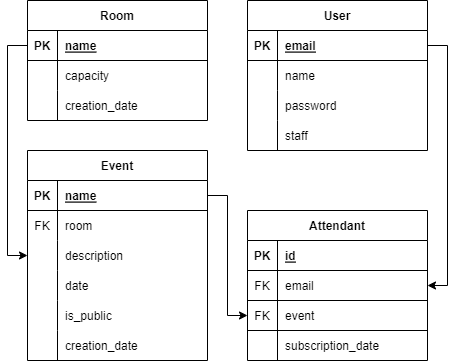
Earlier version of the draw.io export docs/db_model.png (JorgeISW/rooms_challenge). Source tidied: cells renumbered, new cells last; positions are measured from the earlier drawing's top-left corner, leaving out a move shared by most shapes.
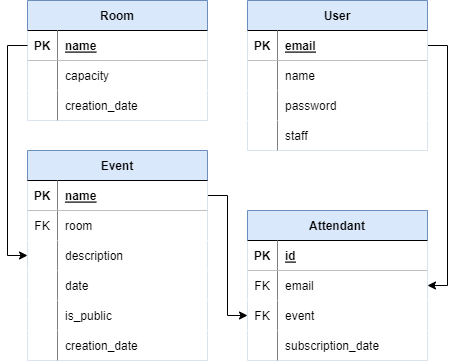
The same diagram one commit later.

Change to the diagram source:
```diff
@@ -5,175 +5,175 @@
     <mxCell id="2" style="edgeStyle=orthogonalEdgeStyle;rounded=0;jettySize=auto;html=1;exitX=1;exitY=0.5;exitDx=0;exitDy=0;entryX=1;entryY=0.5;entryDx=0;entryDy=0;" parent="1" edge="1" source="4" target="51">
       <mxGeometry relative="1" as="geometry" />
     </mxCell>
-    <mxCell id="3" value="User" style="shape=table;startSize=30;rowLines=0;fontStyle=1;align=center;" parent="1" vertex="1">
+    <mxCell id="3" value="User" style="shape=table;startSize=30;rowLines=0;fontStyle=1;align=center;fillColor=#dae8fc;strokeColor=#6c8ebf;" parent="1" vertex="1">
       <mxGeometry x="220" width="180" height="150" as="geometry" />
     </mxCell>
-    <mxCell id="4" style="shape=tableRow;horizontal=0;startSize=0;swimlaneHead=0;swimlaneBody=0;fillColor=none;points=[[0,0.5],[1,0.5]];portConstraint=eastwest;top=0;left=0;right=0;bottom=1;" parent="3" vertex="1">
+    <mxCell id="4" style="shape=tableRow;horizontal=0;startSize=0;swimlaneHead=0;swimlaneBody=0;points=[[0,0.5],[1,0.5]];portConstraint=eastwest;top=0;left=0;right=0;bottom=1;" parent="3" vertex="1">
       <mxGeometry y="30" width="180" height="30" as="geometry" />
     </mxCell>
-    <mxCell id="5" value="PK" style="shape=partialRectangle;fillColor=none;top=0;left=0;bottom=0;right=0;fontStyle=1;overflow=hidden;" parent="4" vertex="1">
+    <mxCell id="5" value="PK" style="shape=partialRectangle;top=1;left=0;bottom=1;right=1;fontStyle=1;overflow=hidden;strokeColor=default;" parent="4" vertex="1">
       <mxGeometry width="30" height="30" as="geometry" />
     </mxCell>
-    <mxCell id="6" value="email" style="shape=partialRectangle;fillColor=none;top=0;left=0;bottom=0;right=0;align=left;spacingLeft=6;fontStyle=5;overflow=hidden;" parent="4" vertex="1">
+    <mxCell id="6" value="email" style="shape=partialRectangle;top=1;left=0;bottom=1;right=0;align=left;spacingLeft=6;fontStyle=5;overflow=hidden;" parent="4" vertex="1">
       <mxGeometry x="30" width="150" height="30" as="geometry" />
     </mxCell>
-    <mxCell id="7" style="shape=tableRow;horizontal=0;startSize=0;swimlaneHead=0;swimlaneBody=0;fillColor=none;top=0;left=0;right=0;bottom=0;" parent="3" vertex="1">
+    <mxCell id="7" style="shape=tableRow;horizontal=0;startSize=0;swimlaneHead=0;swimlaneBody=0;top=0;left=0;right=0;bottom=0;" parent="3" vertex="1">
       <mxGeometry y="60" width="180" height="30" as="geometry" />
     </mxCell>
-    <mxCell id="8" style="shape=partialRectangle;fillColor=none;top=0;left=0;bottom=0;right=0;overflow=hidden;" parent="7" vertex="1">
+    <mxCell id="8" style="shape=partialRectangle;top=0;left=0;bottom=0;right=1;overflow=hidden;" parent="7" vertex="1">
       <mxGeometry width="30" height="30" as="geometry" />
     </mxCell>
-    <mxCell id="9" value="name" style="shape=partialRectangle;fillColor=none;top=0;left=0;bottom=0;right=0;align=left;spacingLeft=6;overflow=hidden;" parent="7" vertex="1">
+    <mxCell id="9" value="name" style="shape=partialRectangle;top=0;left=0;bottom=0;right=0;align=left;spacingLeft=6;overflow=hidden;" parent="7" vertex="1">
       <mxGeometry x="30" width="150" height="30" as="geometry" />
     </mxCell>
-    <mxCell id="10" style="shape=tableRow;horizontal=0;startSize=0;swimlaneHead=0;swimlaneBody=0;fillColor=none;top=0;left=0;right=0;bottom=0;" parent="3" vertex="1">
+    <mxCell id="10" style="shape=tableRow;horizontal=0;startSize=0;swimlaneHead=0;swimlaneBody=0;top=0;left=0;right=0;bottom=0;" parent="3" vertex="1">
       <mxGeometry y="90" width="180" height="30" as="geometry" />
     </mxCell>
-    <mxCell id="11" style="shape=partialRectangle;fillColor=none;top=0;left=0;bottom=0;right=0;overflow=hidden;" parent="10" vertex="1">
+    <mxCell id="11" style="shape=partialRectangle;top=0;left=0;bottom=0;right=1;overflow=hidden;" parent="10" vertex="1">
       <mxGeometry width="30" height="30" as="geometry" />
     </mxCell>
-    <mxCell id="12" value="password" style="shape=partialRectangle;fillColor=none;top=0;left=0;bottom=0;right=0;align=left;spacingLeft=6;overflow=hidden;" parent="10" vertex="1">
+    <mxCell id="12" value="password" style="shape=partialRectangle;top=0;left=0;bottom=0;right=0;align=left;spacingLeft=6;overflow=hidden;" parent="10" vertex="1">
       <mxGeometry x="30" width="150" height="30" as="geometry" />
     </mxCell>
-    <mxCell id="13" style="shape=tableRow;horizontal=0;startSize=0;swimlaneHead=0;swimlaneBody=0;fillColor=none;top=0;left=0;right=0;bottom=0;" parent="3" vertex="1">
+    <mxCell id="13" style="shape=tableRow;horizontal=0;startSize=0;swimlaneHead=0;swimlaneBody=0;top=0;left=0;right=0;bottom=0;" parent="3" vertex="1">
       <mxGeometry y="120" width="180" height="30" as="geometry" />
     </mxCell>
-    <mxCell id="14" style="shape=partialRectangle;fillColor=none;top=0;left=0;bottom=0;right=0;overflow=hidden;" parent="13" vertex="1">
+    <mxCell id="14" style="shape=partialRectangle;top=0;left=0;bottom=0;right=1;overflow=hidden;" parent="13" vertex="1">
       <mxGeometry width="30" height="30" as="geometry" />
     </mxCell>
-    <mxCell id="15" value="staff" style="shape=partialRectangle;fillColor=none;top=0;left=0;bottom=0;right=0;align=left;spacingLeft=6;overflow=hidden;" parent="13" vertex="1">
+    <mxCell id="15" value="staff" style="shape=partialRectangle;top=0;left=0;bottom=0;right=0;align=left;spacingLeft=6;overflow=hidden;" parent="13" vertex="1">
       <mxGeometry x="30" width="150" height="30" as="geometry" />
     </mxCell>
-    <mxCell id="16" value="Room" style="shape=table;startSize=30;rowLines=0;fontStyle=1;align=center;" parent="1" vertex="1">
+    <mxCell id="16" value="Room" style="shape=table;startSize=30;rowLines=0;fontStyle=1;align=center;fillColor=#dae8fc;strokeColor=#6c8ebf;" parent="1" vertex="1">
       <mxGeometry width="180" height="120" as="geometry" />
     </mxCell>
-    <mxCell id="17" style="shape=tableRow;horizontal=0;startSize=0;swimlaneHead=0;swimlaneBody=0;fillColor=none;points=[[0,0.5],[1,0.5]];portConstraint=eastwest;top=0;left=0;right=0;bottom=1;" parent="16" vertex="1">
+    <mxCell id="17" style="shape=tableRow;horizontal=0;startSize=0;swimlaneHead=0;swimlaneBody=0;points=[[0,0.5],[1,0.5]];portConstraint=eastwest;top=0;left=0;right=0;bottom=1;" parent="16" vertex="1">
       <mxGeometry y="30" width="180" height="30" as="geometry" />
     </mxCell>
-    <mxCell id="18" value="PK" style="shape=partialRectangle;fillColor=none;top=0;left=0;bottom=0;right=0;fontStyle=1;overflow=hidden;" parent="17" vertex="1">
+    <mxCell id="18" value="PK" style="shape=partialRectangle;top=1;left=0;bottom=1;right=1;fontStyle=1;overflow=hidden;" parent="17" vertex="1">
       <mxGeometry width="30" height="30" as="geometry" />
     </mxCell>
-    <mxCell id="19" value="name" style="shape=partialRectangle;fillColor=none;top=0;left=0;bottom=0;right=0;align=left;spacingLeft=6;fontStyle=5;overflow=hidden;" parent="17" vertex="1">
+    <mxCell id="19" value="name" style="shape=partialRectangle;top=1;left=0;bottom=1;right=0;align=left;spacingLeft=6;fontStyle=5;overflow=hidden;" parent="17" vertex="1">
       <mxGeometry x="30" width="150" height="30" as="geometry" />
     </mxCell>
-    <mxCell id="20" style="shape=tableRow;horizontal=0;startSize=0;swimlaneHead=0;swimlaneBody=0;fillColor=none;top=0;left=0;right=0;bottom=0;" parent="16" vertex="1">
+    <mxCell id="20" style="shape=tableRow;horizontal=0;startSize=0;swimlaneHead=0;swimlaneBody=0;top=0;left=0;right=0;bottom=0;" parent="16" vertex="1">
       <mxGeometry y="60" width="180" height="30" as="geometry" />
     </mxCell>
-    <mxCell id="21" style="shape=partialRectangle;fillColor=none;top=0;left=0;bottom=0;right=0;overflow=hidden;" parent="20" vertex="1">
+    <mxCell id="21" style="shape=partialRectangle;top=0;left=0;bottom=0;right=1;overflow=hidden;" parent="20" vertex="1">
       <mxGeometry width="30" height="30" as="geometry" />
     </mxCell>
-    <mxCell id="22" value="capacity" style="shape=partialRectangle;fillColor=none;top=0;left=0;bottom=0;right=0;align=left;spacingLeft=6;overflow=hidden;" parent="20" vertex="1">
+    <mxCell id="22" value="capacity" style="shape=partialRectangle;top=0;left=0;bottom=0;right=0;align=left;spacingLeft=6;overflow=hidden;" parent="20" vertex="1">
       <mxGeometry x="30" width="150" height="30" as="geometry" />
     </mxCell>
-    <mxCell id="23" style="shape=tableRow;horizontal=0;startSize=0;swimlaneHead=0;swimlaneBody=0;fillColor=none;top=0;left=0;right=0;bottom=0;" parent="16" vertex="1">
+    <mxCell id="23" style="shape=tableRow;horizontal=0;startSize=0;swimlaneHead=0;swimlaneBody=0;top=0;left=0;right=0;bottom=0;" parent="16" vertex="1">
       <mxGeometry y="90" width="180" height="30" as="geometry" />
     </mxCell>
-    <mxCell id="24" style="shape=partialRectangle;fillColor=none;top=0;left=0;bottom=0;right=0;overflow=hidden;" parent="23" vertex="1">
+    <mxCell id="24" style="shape=partialRectangle;top=0;left=0;bottom=0;right=1;overflow=hidden;" parent="23" vertex="1">
       <mxGeometry width="30" height="30" as="geometry" />
     </mxCell>
-    <mxCell id="25" value="creation_date" style="shape=partialRectangle;fillColor=none;top=0;left=0;bottom=0;right=0;align=left;spacingLeft=6;overflow=hidden;" parent="23" vertex="1">
+    <mxCell id="25" value="creation_date" style="shape=partialRectangle;top=0;left=0;bottom=0;right=0;align=left;spacingLeft=6;overflow=hidden;" parent="23" vertex="1">
       <mxGeometry x="30" width="150" height="30" as="geometry" />
     </mxCell>
     <mxCell id="26" style="edgeStyle=orthogonalEdgeStyle;rounded=0;jettySize=auto;html=1;entryX=0;entryY=0.5;entryDx=0;entryDy=0;exitX=1;exitY=0.5;exitDx=0;exitDy=0;" parent="1" edge="1" source="28" target="54">
       <mxGeometry relative="1" as="geometry" />
     </mxCell>
-    <mxCell id="27" value="Event" style="shape=table;startSize=30;rowLines=0;fontStyle=1;align=center;" parent="1" vertex="1">
+    <mxCell id="27" value="Event" style="shape=table;startSize=30;rowLines=0;fontStyle=1;align=center;fillColor=#dae8fc;strokeColor=#6c8ebf;" parent="1" vertex="1">
       <mxGeometry y="150" width="180" height="210" as="geometry" />
     </mxCell>
-    <mxCell id="28" style="shape=tableRow;horizontal=0;startSize=0;swimlaneHead=0;swimlaneBody=0;fillColor=none;points=[[0,0.5],[1,0.5]];portConstraint=eastwest;top=0;left=0;right=0;bottom=1;" parent="27" vertex="1">
+    <mxCell id="28" style="shape=tableRow;horizontal=0;startSize=0;swimlaneHead=0;swimlaneBody=0;points=[[0,0.5],[1,0.5]];portConstraint=eastwest;top=1;left=0;right=0;bottom=1;" parent="27" vertex="1">
       <mxGeometry y="30" width="180" height="30" as="geometry" />
     </mxCell>
-    <mxCell id="29" value="PK" style="shape=partialRectangle;fillColor=none;top=0;left=0;bottom=0;right=0;fontStyle=1;overflow=hidden;" parent="28" vertex="1">
+    <mxCell id="29" value="PK" style="shape=partialRectangle;top=1;left=0;bottom=1;right=1;fontStyle=1;overflow=hidden;" parent="28" vertex="1">
       <mxGeometry width="30" height="30" as="geometry" />
     </mxCell>
-    <mxCell id="30" value="name" style="shape=partialRectangle;fillColor=none;top=0;left=0;bottom=0;right=0;align=left;spacingLeft=6;fontStyle=5;overflow=hidden;" parent="28" vertex="1">
+    <mxCell id="30" value="name" style="shape=partialRectangle;top=1;left=0;bottom=1;right=0;align=left;spacingLeft=6;fontStyle=5;overflow=hidden;" parent="28" vertex="1">
       <mxGeometry x="30" width="150" height="30" as="geometry" />
     </mxCell>
-    <mxCell id="31" style="shape=tableRow;horizontal=0;startSize=0;swimlaneHead=0;swimlaneBody=0;fillColor=none;top=0;left=0;right=0;bottom=0;" parent="27" vertex="1">
+    <mxCell id="31" style="shape=tableRow;horizontal=0;startSize=0;swimlaneHead=0;swimlaneBody=0;top=0;left=0;right=0;bottom=0;" parent="27" vertex="1">
       <mxGeometry y="60" width="180" height="30" as="geometry" />
     </mxCell>
-    <mxCell id="32" value="FK" style="shape=partialRectangle;fillColor=none;top=0;left=0;bottom=0;right=0;overflow=hidden;" parent="31" vertex="1">
+    <mxCell id="32" value="FK" style="shape=partialRectangle;top=0;left=0;bottom=0;right=1;overflow=hidden;" parent="31" vertex="1">
       <mxGeometry width="30" height="30" as="geometry" />
     </mxCell>
-    <mxCell id="33" value="room" style="shape=partialRectangle;fillColor=none;top=0;left=0;bottom=0;right=0;align=left;spacingLeft=6;overflow=hidden;" parent="31" vertex="1">
+    <mxCell id="33" value="room" style="shape=partialRectangle;top=0;left=0;bottom=0;right=0;align=left;spacingLeft=6;overflow=hidden;" parent="31" vertex="1">
       <mxGeometry x="30" width="150" height="30" as="geometry" />
     </mxCell>
-    <mxCell id="34" style="shape=tableRow;horizontal=0;startSize=0;swimlaneHead=0;swimlaneBody=0;fillColor=none;top=0;left=0;right=0;bottom=0;" parent="27" vertex="1">
+    <mxCell id="34" style="shape=tableRow;horizontal=0;startSize=0;swimlaneHead=0;swimlaneBody=0;top=0;left=0;right=0;bottom=0;" parent="27" vertex="1">
       <mxGeometry y="90" width="180" height="30" as="geometry" />
     </mxCell>
-    <mxCell id="35" style="shape=partialRectangle;fillColor=none;top=0;left=0;bottom=0;right=0;overflow=hidden;" parent="34" vertex="1">
+    <mxCell id="35" style="shape=partialRectangle;top=0;left=0;bottom=0;right=1;overflow=hidden;" parent="34" vertex="1">
       <mxGeometry width="30" height="30" as="geometry" />
     </mxCell>
-    <mxCell id="36" value="description" style="shape=partialRectangle;fillColor=none;top=0;left=0;bottom=0;right=0;align=left;spacingLeft=6;overflow=hidden;" parent="34" vertex="1">
+    <mxCell id="36" value="description" style="shape=partialRectangle;top=0;left=0;bottom=0;right=0;align=left;spacingLeft=6;overflow=hidden;" parent="34" vertex="1">
       <mxGeometry x="30" width="150" height="30" as="geometry" />
     </mxCell>
-    <mxCell id="37" style="shape=tableRow;horizontal=0;startSize=0;swimlaneHead=0;swimlaneBody=0;fillColor=none;top=0;left=0;right=0;bottom=0;" parent="27" vertex="1">
+    <mxCell id="37" style="shape=tableRow;horizontal=0;startSize=0;swimlaneHead=0;swimlaneBody=0;top=0;left=0;right=0;bottom=0;" parent="27" vertex="1">
       <mxGeometry y="120" width="180" height="30" as="geometry" />
     </mxCell>
-    <mxCell id="38" style="shape=partialRectangle;fillColor=none;top=0;left=0;bottom=0;right=0;overflow=hidden;" parent="37" vertex="1">
+    <mxCell id="38" style="shape=partialRectangle;top=0;left=0;bottom=0;right=1;overflow=hidden;" parent="37" vertex="1">
       <mxGeometry width="30" height="30" as="geometry" />
     </mxCell>
-    <mxCell id="39" value="date" style="shape=partialRectangle;fillColor=none;top=0;left=0;bottom=0;right=0;align=left;spacingLeft=6;overflow=hidden;" parent="37" vertex="1">
+    <mxCell id="39" value="date" style="shape=partialRectangle;top=0;left=0;bottom=0;right=0;align=left;spacingLeft=6;overflow=hidden;" parent="37" vertex="1">
       <mxGeometry x="30" width="150" height="30" as="geometry" />
     </mxCell>
-    <mxCell id="40" style="shape=tableRow;horizontal=0;startSize=0;swimlaneHead=0;swimlaneBody=0;fillColor=none;top=0;left=0;right=0;bottom=0;" parent="27" vertex="1">
+    <mxCell id="40" style="shape=tableRow;horizontal=0;startSize=0;swimlaneHead=0;swimlaneBody=0;top=0;left=0;right=0;bottom=0;" parent="27" vertex="1">
       <mxGeometry y="150" width="180" height="30" as="geometry" />
     </mxCell>
-    <mxCell id="41" style="shape=partialRectangle;fillColor=none;top=0;left=0;bottom=0;right=0;overflow=hidden;" parent="40" vertex="1">
+    <mxCell id="41" style="shape=partialRectangle;top=0;left=0;bottom=0;right=1;overflow=hidden;" parent="40" vertex="1">
       <mxGeometry width="30" height="30" as="geometry" />
     </mxCell>
-    <mxCell id="42" value="is_public" style="shape=partialRectangle;fillColor=none;top=0;left=0;bottom=0;right=0;align=left;spacingLeft=6;overflow=hidden;" parent="40" vertex="1">
+    <mxCell id="42" value="is_public" style="shape=partialRectangle;top=0;left=0;bottom=0;right=0;align=left;spacingLeft=6;overflow=hidden;" parent="40" vertex="1">
       <mxGeometry x="30" width="150" height="30" as="geometry" />
     </mxCell>
-    <mxCell id="43" style="shape=tableRow;horizontal=0;startSize=0;swimlaneHead=0;swimlaneBody=0;fillColor=none;top=0;left=0;right=0;bottom=0;" parent="27" vertex="1">
+    <mxCell id="43" style="shape=tableRow;horizontal=0;startSize=0;swimlaneHead=0;swimlaneBody=0;top=0;left=0;right=0;bottom=0;" parent="27" vertex="1">
       <mxGeometry y="180" width="180" height="30" as="geometry" />
     </mxCell>
-    <mxCell id="44" style="shape=partialRectangle;fillColor=none;top=0;left=0;bottom=0;right=0;overflow=hidden;" parent="43" vertex="1">
+    <mxCell id="44" style="shape=partialRectangle;top=0;left=0;bottom=0;right=1;overflow=hidden;" parent="43" vertex="1">
       <mxGeometry width="30" height="30" as="geometry" />
     </mxCell>
-    <mxCell id="45" value="creation_date" style="shape=partialRectangle;fillColor=none;top=0;left=0;bottom=0;right=0;align=left;spacingLeft=6;overflow=hidden;" parent="43" vertex="1">
+    <mxCell id="45" value="creation_date" style="shape=partialRectangle;top=0;left=0;bottom=0;right=0;align=left;spacingLeft=6;overflow=hidden;" parent="43" vertex="1">
       <mxGeometry x="30" width="150" height="30" as="geometry" />
     </mxCell>
     <mxCell id="46" style="edgeStyle=orthogonalEdgeStyle;rounded=0;jettySize=auto;html=1;exitX=0;exitY=0.5;exitDx=0;exitDy=0;entryX=0;entryY=0.5;entryDx=0;entryDy=0;" parent="1" edge="1" source="17" target="27">
       <mxGeometry relative="1" as="geometry" />
     </mxCell>
-    <mxCell id="47" value="Attendant" style="shape=table;startSize=30;rowLines=0;fontStyle=1;align=center;" parent="1" vertex="1">
+    <mxCell id="47" value="Attendant" style="shape=table;startSize=30;rowLines=0;fontStyle=1;align=center;fillColor=#dae8fc;strokeColor=#6c8ebf;" parent="1" vertex="1">
       <mxGeometry x="220" y="210" width="180" height="150" as="geometry" />
     </mxCell>
-    <mxCell id="48" style="shape=tableRow;horizontal=0;startSize=0;swimlaneHead=0;swimlaneBody=0;fillColor=none;top=0;left=0;right=0;bottom=1;" parent="47" vertex="1">
+    <mxCell id="48" style="shape=tableRow;horizontal=0;startSize=0;swimlaneHead=0;swimlaneBody=0;top=0;left=0;right=0;bottom=1;" parent="47" vertex="1">
       <mxGeometry y="30" width="180" height="30" as="geometry" />
     </mxCell>
-    <mxCell id="49" value="PK" style="shape=partialRectangle;fillColor=none;top=0;left=0;bottom=0;right=0;fontStyle=1;overflow=hidden;" parent="48" vertex="1">
+    <mxCell id="49" value="PK" style="shape=partialRectangle;top=1;left=0;bottom=1;right=1;fontStyle=1;overflow=hidden;" parent="48" vertex="1">
       <mxGeometry width="30" height="30" as="geometry" />
     </mxCell>
-    <mxCell id="50" value="id" style="shape=partialRectangle;fillColor=none;top=0;left=0;bottom=0;right=0;align=left;spacingLeft=6;fontStyle=5;overflow=hidden;strokeColor=default;" parent="48" vertex="1">
+    <mxCell id="50" value="id" style="shape=partialRectangle;top=1;left=0;bottom=1;right=0;align=left;spacingLeft=6;fontStyle=5;overflow=hidden;" parent="48" vertex="1">
       <mxGeometry x="30" width="150" height="30" as="geometry" />
     </mxCell>
-    <mxCell id="51" style="shape=tableRow;horizontal=0;startSize=0;swimlaneHead=0;swimlaneBody=0;fillColor=none;points=[[0,0.5],[1,0.5]];portConstraint=eastwest;top=0;left=0;right=0;bottom=1;" parent="47" vertex="1">
+    <mxCell id="51" style="shape=tableRow;horizontal=0;startSize=0;swimlaneHead=0;swimlaneBody=0;points=[[0,0.5],[1,0.5]];portConstraint=eastwest;top=0;left=0;right=0;bottom=0;" parent="47" vertex="1">
       <mxGeometry y="60" width="180" height="30" as="geometry" />
     </mxCell>
-    <mxCell id="52" value="FK" style="shape=partialRectangle;fillColor=none;top=0;left=0;bottom=0;right=0;fontStyle=0;overflow=hidden;" parent="51" vertex="1">
+    <mxCell id="52" value="FK" style="shape=partialRectangle;top=0;left=0;bottom=0;right=1;fontStyle=0;overflow=hidden;" parent="51" vertex="1">
       <mxGeometry width="30" height="30" as="geometry" />
     </mxCell>
-    <mxCell id="53" value="email" style="shape=partialRectangle;fillColor=none;top=0;left=0;bottom=0;right=0;align=left;spacingLeft=6;fontStyle=0;overflow=hidden;strokeColor=default;" parent="51" vertex="1">
+    <mxCell id="53" value="email" style="shape=partialRectangle;top=0;left=0;bottom=0;right=0;align=left;spacingLeft=6;fontStyle=0;overflow=hidden;" parent="51" vertex="1">
       <mxGeometry x="30" width="150" height="30" as="geometry" />
     </mxCell>
-    <mxCell id="54" style="shape=tableRow;horizontal=0;startSize=0;swimlaneHead=0;swimlaneBody=0;fillColor=none;points=[[0,0.5],[1,0.5]];portConstraint=eastwest;top=0;left=0;right=0;bottom=1;" parent="47" vertex="1">
+    <mxCell id="54" style="shape=tableRow;horizontal=0;startSize=0;swimlaneHead=0;swimlaneBody=0;points=[[0,0.5],[1,0.5]];portConstraint=eastwest;top=0;left=0;right=0;bottom=0;" parent="47" vertex="1">
       <mxGeometry y="90" width="180" height="30" as="geometry" />
     </mxCell>
-    <mxCell id="55" value="FK" style="shape=partialRectangle;fillColor=none;top=0;left=0;bottom=0;right=0;fontStyle=0;overflow=hidden;" parent="54" vertex="1">
+    <mxCell id="55" value="FK" style="shape=partialRectangle;top=0;left=0;bottom=0;right=1;fontStyle=0;overflow=hidden;" parent="54" vertex="1">
       <mxGeometry width="30" height="30" as="geometry" />
     </mxCell>
-    <mxCell id="56" value="event" style="shape=partialRectangle;fillColor=none;top=0;left=0;bottom=0;right=0;align=left;spacingLeft=6;fontStyle=0;overflow=hidden;strokeColor=default;" parent="54" vertex="1">
+    <mxCell id="56" value="event" style="shape=partialRectangle;top=0;left=0;bottom=0;right=0;align=left;spacingLeft=6;fontStyle=0;overflow=hidden;" parent="54" vertex="1">
       <mxGeometry x="30" width="150" height="30" as="geometry" />
     </mxCell>
-    <mxCell id="57" style="shape=tableRow;horizontal=0;startSize=0;swimlaneHead=0;swimlaneBody=0;fillColor=none;top=0;left=0;right=0;bottom=0;" parent="47" vertex="1">
+    <mxCell id="57" style="shape=tableRow;horizontal=0;startSize=0;swimlaneHead=0;swimlaneBody=0;top=0;left=0;right=0;bottom=0;" parent="47" vertex="1">
       <mxGeometry y="120" width="180" height="30" as="geometry" />
     </mxCell>
-    <mxCell id="58" style="shape=partialRectangle;fillColor=none;top=0;left=0;bottom=0;right=0;overflow=hidden;" parent="57" vertex="1">
+    <mxCell id="58" style="shape=partialRectangle;top=0;left=0;bottom=0;right=1;overflow=hidden;" parent="57" vertex="1">
       <mxGeometry width="30" height="30" as="geometry" />
     </mxCell>
-    <mxCell id="59" value="subscription_date" style="shape=partialRectangle;fillColor=none;top=0;left=0;bottom=0;right=0;align=left;spacingLeft=6;overflow=hidden;fontStyle=0;" parent="57" vertex="1">
+    <mxCell id="59" value="subscription_date" style="shape=partialRectangle;top=0;left=0;bottom=0;right=0;align=left;spacingLeft=6;overflow=hidden;fontStyle=0;" parent="57" vertex="1">
       <mxGeometry x="30" width="150" height="30" as="geometry" />
     </mxCell>
   </root>
```
